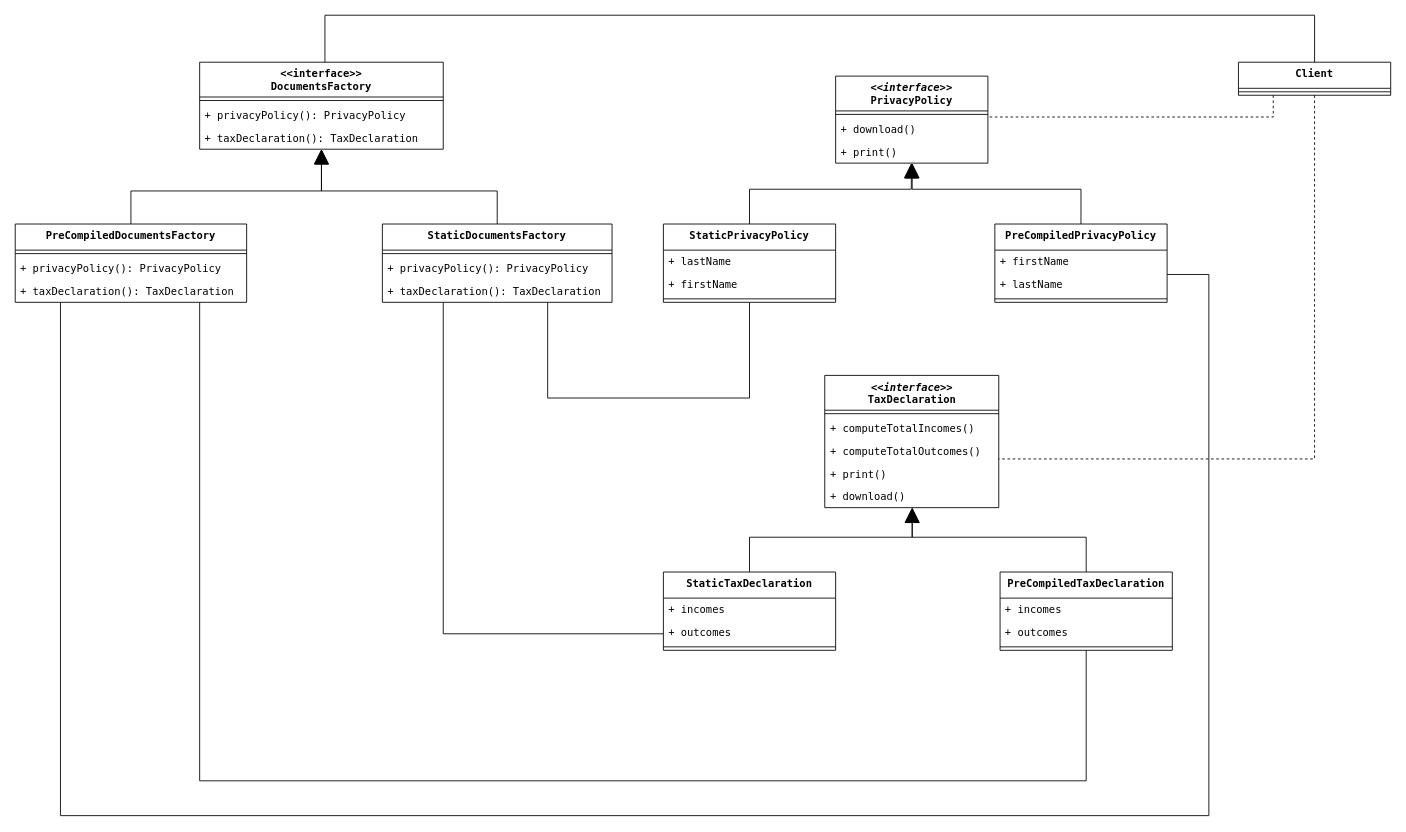
mrOranger/DesignPatterns keeps this draw.io diagram as page "Abstract Factory" (4 of 26) of Assets/Diagrams/UML.drawio. Above is the earlier version. Source tidied: cells renumbered, new cells numbered last; positions are measured from the earlier drawing's top-left corner, leaving out a move shared by most shapes. Both pictures are drawn from the tidied source at 87%, with x=0, y=0 at pixel (15, 15).
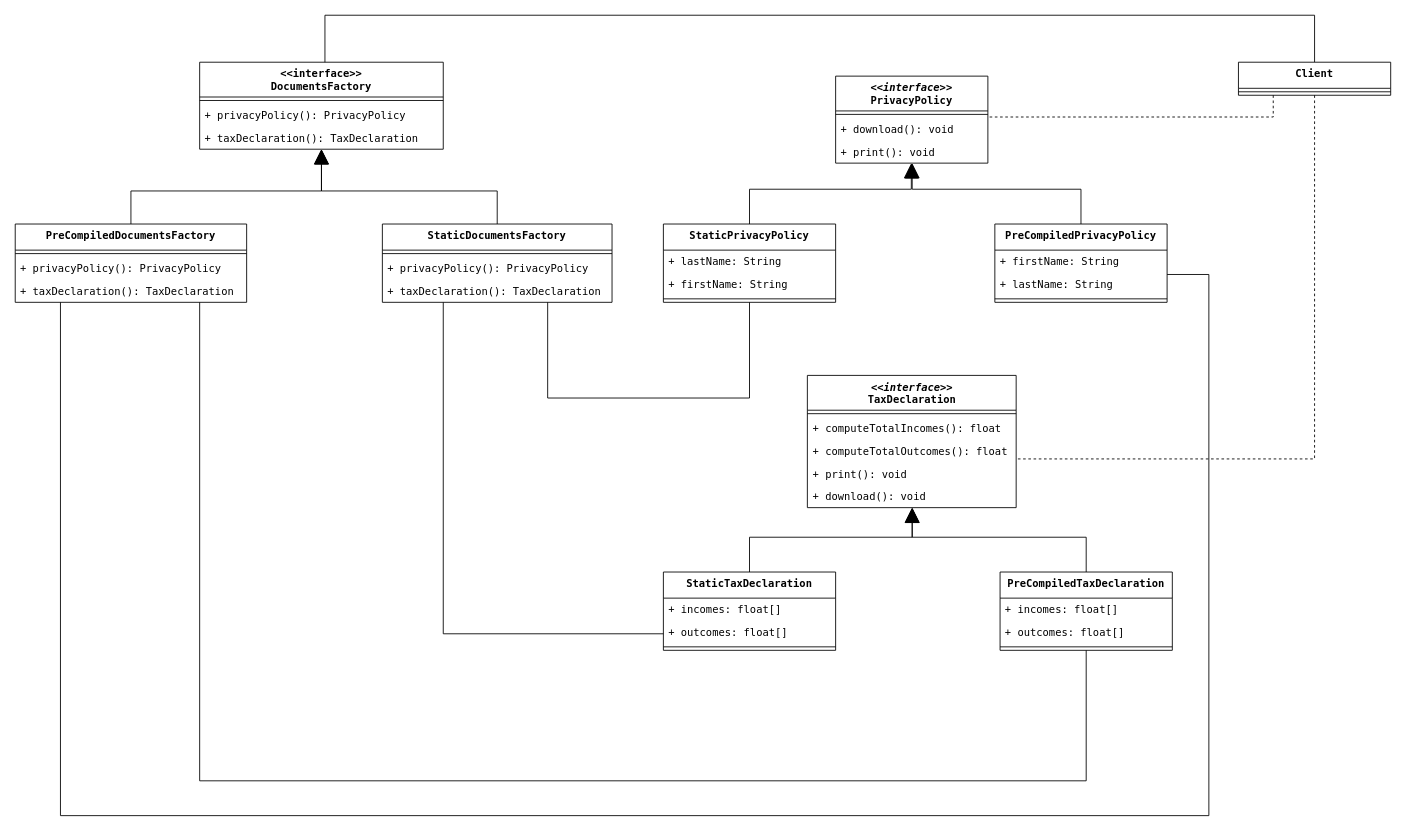
The same page after the edit.

The change refers to these unchanged cells:
```xml
<mxCell id="2" value="&lt;div&gt;&lt;i&gt;&amp;lt;&amp;lt;interface&amp;gt;&amp;gt;&lt;/i&gt;&lt;/div&gt;PrivacyPolicy" style="swimlane;fontStyle=1;align=center;verticalAlign=top;horizontal=1;startSize=40;whiteSpace=wrap;html=1;fontFamily=Menlo;" parent="1" vertex="1">
  <mxGeometry x="943" y="70" width="175" height="100" as="geometry" />
</mxCell>
<mxCell id="13" value="&lt;div&gt;&lt;span style=&quot;background-color: initial;&quot;&gt;PreCompiledTaxDeclaration&lt;/span&gt;&lt;br&gt;&lt;/div&gt;" style="swimlane;fontStyle=1;align=center;verticalAlign=top;horizontal=1;startSize=30;whiteSpace=wrap;html=1;fontFamily=Menlo;" parent="1" vertex="1">
  <mxGeometry x="1132" y="640" width="198" height="90" as="geometry" />
</mxCell>
<mxCell id="18" value="&lt;div&gt;&lt;span style=&quot;background-color: initial;&quot;&gt;PreCompiledPrivacyPolicy&lt;/span&gt;&lt;br&gt;&lt;/div&gt;" style="swimlane;fontStyle=1;align=center;verticalAlign=top;horizontal=1;startSize=30;whiteSpace=wrap;html=1;fontFamily=Menlo;" parent="1" vertex="1">
  <mxGeometry x="1126" y="240" width="198" height="90" as="geometry" />
</mxCell>
<mxCell id="23" value="&lt;div&gt;&lt;span style=&quot;background-color: initial;&quot;&gt;StaticTaxDeclaration&lt;/span&gt;&lt;br&gt;&lt;/div&gt;" style="swimlane;fontStyle=1;align=center;verticalAlign=top;horizontal=1;startSize=30;whiteSpace=wrap;html=1;fontFamily=Menlo;" parent="1" vertex="1">
  <mxGeometry x="745" y="640" width="198" height="90" as="geometry" />
</mxCell>
<mxCell id="28" value="&lt;div&gt;&lt;span style=&quot;background-color: initial;&quot;&gt;StaticPrivacyPolicy&lt;/span&gt;&lt;br&gt;&lt;/div&gt;" style="swimlane;fontStyle=1;align=center;verticalAlign=top;horizontal=1;startSize=30;whiteSpace=wrap;html=1;fontFamily=Menlo;" parent="1" vertex="1">
  <mxGeometry x="745" y="240" width="198" height="90" as="geometry" />
</mxCell>
```

Diff of the diagram source:
```diff
@@
-    <mxCell id="4" value="+ download()" style="text;strokeColor=none;fillColor=none;align=left;verticalAlign=top;spacingLeft=4;spacingRight=4;overflow=hidden;whiteSpace=wrap;html=1;fontFamily=Menlo;" parent="2" vertex="1">
+    <mxCell id="4" value="+ download(): void" style="text;strokeColor=none;fillColor=none;align=left;verticalAlign=top;spacingLeft=4;spacingRight=4;overflow=hidden;whiteSpace=wrap;html=1;fontFamily=Menlo;" parent="2" vertex="1">
       <mxGeometry y="48" width="175" height="26" as="geometry" />
     </mxCell>
-    <mxCell id="5" value="+ print()" style="text;strokeColor=none;fillColor=none;align=left;verticalAlign=top;spacingLeft=4;spacingRight=4;overflow=hidden;whiteSpace=wrap;html=1;fontFamily=Menlo;" parent="2" vertex="1">
+    <mxCell id="5" value="+ print(): void" style="text;strokeColor=none;fillColor=none;align=left;verticalAlign=top;spacingLeft=4;spacingRight=4;overflow=hidden;whiteSpace=wrap;html=1;fontFamily=Menlo;" parent="2" vertex="1">
       <mxGeometry y="74" width="175" height="26" as="geometry" />
     </mxCell>
     <mxCell id="6" value="&lt;div&gt;&lt;i&gt;&amp;lt;&amp;lt;interface&amp;gt;&amp;gt;&lt;/i&gt;&lt;/div&gt;TaxDeclaration" style="swimlane;fontStyle=1;align=center;verticalAlign=top;horizontal=1;startSize=40;whiteSpace=wrap;html=1;fontFamily=Menlo;" parent="1" vertex="1">
-      <mxGeometry x="930.5" y="414" width="200" height="152" as="geometry" />
+      <mxGeometry x="910.5" y="414" width="240" height="152" as="geometry" />
     </mxCell>
     <mxCell id="7" style="line;strokeWidth=1;fillColor=none;align=left;verticalAlign=middle;spacingTop=-1;spacingLeft=3;spacingRight=3;labelPosition=right;strokeColor=inherit;fontFamily=Menlo;" parent="6" vertex="1">
-      <mxGeometry y="40" width="200" height="8" as="geometry" />
+      <mxGeometry y="40" width="240" height="8" as="geometry" />
     </mxCell>
-    <mxCell id="8" value="+ computeTotalIncomes()" style="text;strokeColor=none;fillColor=none;align=left;verticalAlign=top;spacingLeft=4;spacingRight=4;overflow=hidden;whiteSpace=wrap;html=1;fontFamily=Menlo;" parent="6" vertex="1">
-      <mxGeometry y="48" width="200" height="26" as="geometry" />
+    <mxCell id="8" value="+ computeTotalIncomes(): float" style="text;strokeColor=none;fillColor=none;align=left;verticalAlign=top;spacingLeft=4;spacingRight=4;overflow=hidden;whiteSpace=wrap;html=1;fontFamily=Menlo;" parent="6" vertex="1">
+      <mxGeometry y="48" width="240" height="26" as="geometry" />
     </mxCell>
-    <mxCell id="9" value="+ computeTotalOutcomes()" style="text;strokeColor=none;fillColor=none;align=left;verticalAlign=top;spacingLeft=4;spacingRight=4;overflow=hidden;whiteSpace=wrap;html=1;fontFamily=Menlo;" parent="6" vertex="1">
-      <mxGeometry y="74" width="200" height="26" as="geometry" />
+    <mxCell id="9" value="+ computeTotalOutcomes(): float" style="text;strokeColor=none;fillColor=none;align=left;verticalAlign=top;spacingLeft=4;spacingRight=4;overflow=hidden;whiteSpace=wrap;html=1;fontFamily=Menlo;" parent="6" vertex="1">
+      <mxGeometry y="74" width="240" height="26" as="geometry" />
     </mxCell>
-    <mxCell id="10" value="&lt;div&gt;&lt;span style=&quot;background-color: initial;&quot;&gt;+ print()&lt;/span&gt;&lt;br&gt;&lt;/div&gt;" style="text;strokeColor=none;fillColor=none;align=left;verticalAlign=top;spacingLeft=4;spacingRight=4;overflow=hidden;whiteSpace=wrap;html=1;fontFamily=Menlo;" parent="6" vertex="1">
-      <mxGeometry y="100" width="200" height="26" as="geometry" />
+    <mxCell id="10" value="&lt;div&gt;&lt;span style=&quot;background-color: initial;&quot;&gt;+ print(): void&lt;/span&gt;&lt;br&gt;&lt;/div&gt;" style="text;strokeColor=none;fillColor=none;align=left;verticalAlign=top;spacingLeft=4;spacingRight=4;overflow=hidden;whiteSpace=wrap;html=1;fontFamily=Menlo;" parent="6" vertex="1">
+      <mxGeometry y="100" width="240" height="26" as="geometry" />
     </mxCell>
-    <mxCell id="11" value="+ download()" style="text;strokeColor=none;fillColor=none;align=left;verticalAlign=top;spacingLeft=4;spacingRight=4;overflow=hidden;whiteSpace=wrap;html=1;fontFamily=Menlo;" parent="6" vertex="1">
-      <mxGeometry y="126" width="200" height="26" as="geometry" />
+    <mxCell id="11" value="+ download(): void" style="text;strokeColor=none;fillColor=none;align=left;verticalAlign=top;spacingLeft=4;spacingRight=4;overflow=hidden;whiteSpace=wrap;html=1;fontFamily=Menlo;" parent="6" vertex="1">
+      <mxGeometry y="126" width="240" height="26" as="geometry" />
     </mxCell>
@@
-    <mxCell id="14" value="+ incomes" style="text;strokeColor=none;fillColor=none;align=left;verticalAlign=top;spacingLeft=4;spacingRight=4;overflow=hidden;whiteSpace=wrap;html=1;fontFamily=Menlo;" parent="13" vertex="1">
+    <mxCell id="14" value="+ incomes: float[]" style="text;strokeColor=none;fillColor=none;align=left;verticalAlign=top;spacingLeft=4;spacingRight=4;overflow=hidden;whiteSpace=wrap;html=1;fontFamily=Menlo;" parent="13" vertex="1">
       <mxGeometry y="30" width="198" height="26" as="geometry" />
     </mxCell>
-    <mxCell id="15" value="+ outcomes" style="text;strokeColor=none;fillColor=none;align=left;verticalAlign=top;spacingLeft=4;spacingRight=4;overflow=hidden;whiteSpace=wrap;html=1;fontFamily=Menlo;" parent="13" vertex="1">
+    <mxCell id="15" value="+ outcomes: float[]" style="text;strokeColor=none;fillColor=none;align=left;verticalAlign=top;spacingLeft=4;spacingRight=4;overflow=hidden;whiteSpace=wrap;html=1;fontFamily=Menlo;" parent="13" vertex="1">
       <mxGeometry y="56" width="198" height="26" as="geometry" />
     </mxCell>
@@
-    <mxCell id="19" value="+ firstName" style="text;strokeColor=none;fillColor=none;align=left;verticalAlign=top;spacingLeft=4;spacingRight=4;overflow=hidden;whiteSpace=wrap;html=1;fontFamily=Menlo;" parent="18" vertex="1">
+    <mxCell id="19" value="+ firstName: String" style="text;strokeColor=none;fillColor=none;align=left;verticalAlign=top;spacingLeft=4;spacingRight=4;overflow=hidden;whiteSpace=wrap;html=1;fontFamily=Menlo;" parent="18" vertex="1">
       <mxGeometry y="30" width="198" height="26" as="geometry" />
     </mxCell>
-    <mxCell id="20" value="+ lastName" style="text;strokeColor=none;fillColor=none;align=left;verticalAlign=top;spacingLeft=4;spacingRight=4;overflow=hidden;whiteSpace=wrap;html=1;fontFamily=Menlo;" parent="18" vertex="1">
+    <mxCell id="20" value="+ lastName: String" style="text;strokeColor=none;fillColor=none;align=left;verticalAlign=top;spacingLeft=4;spacingRight=4;overflow=hidden;whiteSpace=wrap;html=1;fontFamily=Menlo;" parent="18" vertex="1">
       <mxGeometry y="56" width="198" height="26" as="geometry" />
     </mxCell>
@@
-    <mxCell id="24" value="+ incomes" style="text;strokeColor=none;fillColor=none;align=left;verticalAlign=top;spacingLeft=4;spacingRight=4;overflow=hidden;whiteSpace=wrap;html=1;fontFamily=Menlo;" parent="23" vertex="1">
+    <mxCell id="24" value="+ incomes: float[]" style="text;strokeColor=none;fillColor=none;align=left;verticalAlign=top;spacingLeft=4;spacingRight=4;overflow=hidden;whiteSpace=wrap;html=1;fontFamily=Menlo;" parent="23" vertex="1">
       <mxGeometry y="30" width="198" height="26" as="geometry" />
     </mxCell>
-    <mxCell id="25" value="+ outcomes" style="text;strokeColor=none;fillColor=none;align=left;verticalAlign=top;spacingLeft=4;spacingRight=4;overflow=hidden;whiteSpace=wrap;html=1;fontFamily=Menlo;" parent="23" vertex="1">
+    <mxCell id="25" value="+ outcomes: float[]" style="text;strokeColor=none;fillColor=none;align=left;verticalAlign=top;spacingLeft=4;spacingRight=4;overflow=hidden;whiteSpace=wrap;html=1;fontFamily=Menlo;" parent="23" vertex="1">
       <mxGeometry y="56" width="198" height="26" as="geometry" />
     </mxCell>
@@
-    <mxCell id="29" value="+ lastName" style="text;strokeColor=none;fillColor=none;align=left;verticalAlign=top;spacingLeft=4;spacingRight=4;overflow=hidden;whiteSpace=wrap;html=1;fontFamily=Menlo;" parent="28" vertex="1">
+    <mxCell id="29" value="+ lastName: String" style="text;strokeColor=none;fillColor=none;align=left;verticalAlign=top;spacingLeft=4;spacingRight=4;overflow=hidden;whiteSpace=wrap;html=1;fontFamily=Menlo;" parent="28" vertex="1">
       <mxGeometry y="30" width="198" height="26" as="geometry" />
     </mxCell>
-    <mxCell id="30" value="+ firstName" style="text;strokeColor=none;fillColor=none;align=left;verticalAlign=top;spacingLeft=4;spacingRight=4;overflow=hidden;whiteSpace=wrap;html=1;fontFamily=Menlo;" parent="28" vertex="1">
+    <mxCell id="30" value="+ firstName: String" style="text;strokeColor=none;fillColor=none;align=left;verticalAlign=top;spacingLeft=4;spacingRight=4;overflow=hidden;whiteSpace=wrap;html=1;fontFamily=Menlo;" parent="28" vertex="1">
       <mxGeometry y="56" width="198" height="26" as="geometry" />
     </mxCell>
```
